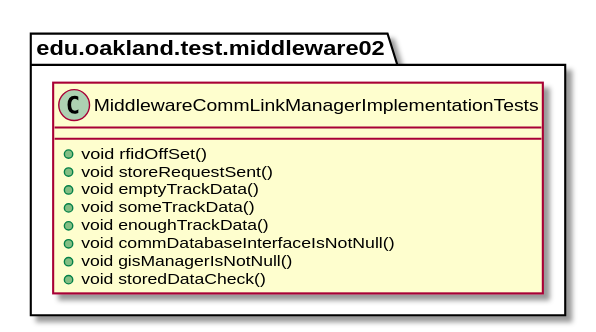
andrewdimmer/csi-3370-software-project keeps this PlantUML diagram as docs/uml-class-diagrams/middleware02/test/MiddlewareCommLinkManagerImplementationTests/MiddlewareCommLinkManagerImplementationTests.svg. Above is the earlier version.
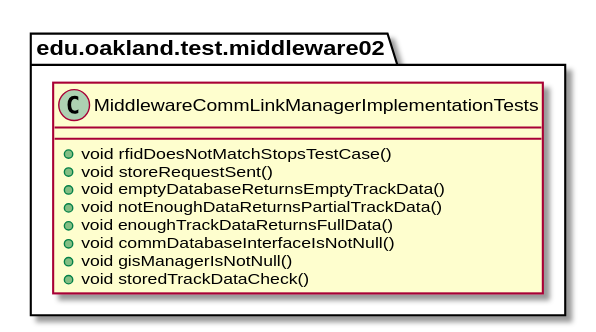
After the change.

Diff of the diagram source:
```diff
@@ -2,14 +2,14 @@
 
 package edu.oakland.test.middleware02 {
     class MiddlewareCommLinkManagerImplementationTests {
-        + void rfidOffSet()
+        + void rfidDoesNotMatchStopsTestCase()
         + void storeRequestSent()
-        + void emptyTrackData()
-        + void someTrackData()
-        + void enoughTrackData()
+        + void emptyDatabaseReturnsEmptyTrackData()
+        + void notEnoughDataReturnsPartialTrackData()
+        + void enoughTrackDataReturnsFullData()
         + void commDatabaseInterfaceIsNotNull()
         + void gisManagerIsNotNull()
-        + void storedDataCheck()
+        + void storedTrackDataCheck()
     }
 }
 
```
